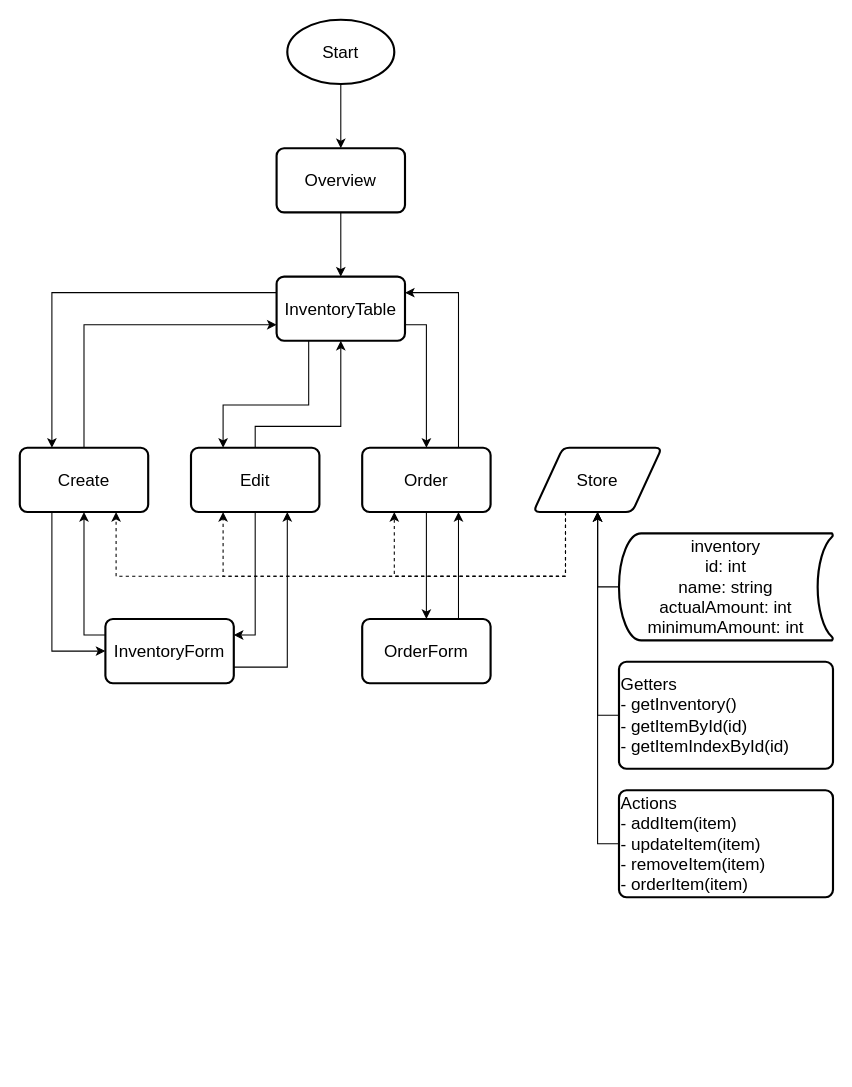
Earlier version of the draw.io diagram flowchart.drawio (LeggyBoiTim/inventarissysteem). Source tidied: cells renumbered, new cells numbered last; positions are measured from the earlier drawing's top-left corner, leaving out a move shared by most shapes. Both pictures are drawn from the tidied source at 107%, with x=0, y=0 at pixel (19, 19).
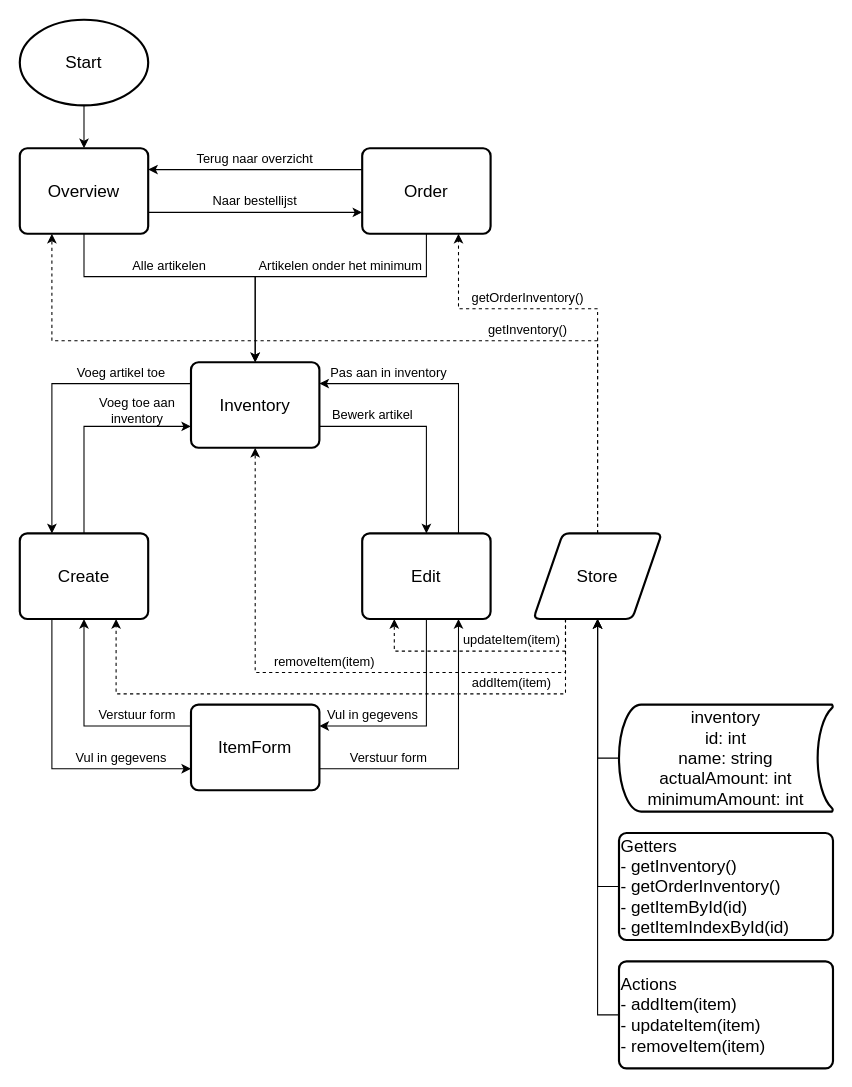
After the change.

The edit, as a diff of the source:
```diff
@@
     <mxCell id="2" style="edgeStyle=orthogonalEdgeStyle;rounded=0;jettySize=auto;html=1;entryX=0.5;entryY=0;entryDx=0;entryDy=0;exitX=0.5;exitY=1;exitDx=0;exitDy=0;" parent="1" edge="1" source="27" target="7">
-      <mxGeometry relative="1" as="geometry" />
+      <mxGeometry relative="1" as="geometry">
+        <Array as="points">
+          <mxPoint x="60" y="240" />
+          <mxPoint x="220" y="240" />
+        </Array>
+      </mxGeometry>
     </mxCell>
     <mxCell id="3" value="Start" style="strokeWidth=2;html=1;shape=mxgraph.flowchart.start_1;whiteSpace=wrap;fontSize=16;" parent="1" vertex="1">
-      <mxGeometry x="250" width="100" height="60" as="geometry" />
+      <mxGeometry width="120" height="80" as="geometry" />
     </mxCell>
@@
-    <mxCell id="5" style="edgeStyle=orthogonalEdgeStyle;rounded=0;jettySize=auto;html=1;exitX=0.25;exitY=1;exitDx=0;exitDy=0;entryX=0.25;entryY=0;entryDx=0;entryDy=0;" parent="1" edge="1" source="7" target="13">
-      <mxGeometry relative="1" as="geometry">
-        <Array as="points">
-          <mxPoint x="270" y="360" />
-          <mxPoint x="190" y="360" />
-        </Array>
-      </mxGeometry>
+    <mxCell id="5" style="edgeStyle=orthogonalEdgeStyle;rounded=0;jettySize=auto;html=1;exitX=1;exitY=0.75;exitDx=0;exitDy=0;entryX=0.5;entryY=0;entryDx=0;entryDy=0;" parent="1" edge="1" source="7" target="13">
+      <mxGeometry relative="1" as="geometry" />
     </mxCell>
-    <mxCell id="6" style="edgeStyle=orthogonalEdgeStyle;rounded=0;jettySize=auto;html=1;exitX=1;exitY=0.75;exitDx=0;exitDy=0;entryX=0.5;entryY=0;entryDx=0;entryDy=0;" parent="1" edge="1" source="7" target="16">
-      <mxGeometry relative="1" as="geometry" />
-    </mxCell>
-    <mxCell id="7" value="InventoryTable" style="shape=label;html=1;strokeWidth=2;whiteSpace=wrap;rounded=1;arcSize=14;size=0.23;fontSize=16;absoluteArcSize=1;" parent="1" vertex="1">
-      <mxGeometry x="240" y="240" width="120" height="60" as="geometry" />
+    <mxCell id="7" value="Inventory" style="shape=label;html=1;strokeWidth=2;whiteSpace=wrap;rounded=1;arcSize=14;size=0.23;fontSize=16;absoluteArcSize=1;" parent="1" vertex="1">
+      <mxGeometry x="160" y="320" width="120" height="80" as="geometry" />
     </mxCell>
+    <mxCell id="9" style="edgeStyle=orthogonalEdgeStyle;rounded=0;jettySize=auto;html=1;exitX=0.25;exitY=1;exitDx=0;exitDy=0;entryX=0;entryY=0.75;entryDx=0;entryDy=0;" parent="1" edge="1" source="10" target="25">
+      <mxGeometry relative="1" as="geometry" />
+    </mxCell>
     <mxCell id="8" style="edgeStyle=orthogonalEdgeStyle;rounded=0;jettySize=auto;html=1;exitX=0.5;exitY=0;exitDx=0;exitDy=0;entryX=0;entryY=0.75;entryDx=0;entryDy=0;" parent="1" edge="1" source="10" target="7">
-      <mxGeometry relative="1" as="geometry">
-        <Array as="points">
-          <mxPoint x="60" y="285" />
-        </Array>
-      </mxGeometry>
+      <mxGeometry relative="1" as="geometry" />
     </mxCell>
-    <mxCell id="9" style="edgeStyle=orthogonalEdgeStyle;rounded=0;jettySize=auto;html=1;exitX=0.25;exitY=1;exitDx=0;exitDy=0;entryX=0;entryY=0.5;entryDx=0;entryDy=0;" parent="1" edge="1" source="10" target="25">
-      <mxGeometry relative="1" as="geometry" />
-    </mxCell>
     <mxCell id="10" value="Create" style="shape=label;html=1;strokeWidth=2;whiteSpace=wrap;rounded=1;arcSize=14;size=0.23;fontSize=16;absoluteArcSize=1;" parent="1" vertex="1">
-      <mxGeometry y="400" width="120" height="60" as="geometry" />
+      <mxGeometry y="480" width="120" height="80" as="geometry" />
     </mxCell>
+    <mxCell id="12" style="edgeStyle=orthogonalEdgeStyle;rounded=0;jettySize=auto;html=1;exitX=0.5;exitY=1;exitDx=0;exitDy=0;entryX=1;entryY=0.25;entryDx=0;entryDy=0;" parent="1" edge="1" source="13" target="25">
+      <mxGeometry relative="1" as="geometry" />
+    </mxCell>
-    <mxCell id="11" style="edgeStyle=orthogonalEdgeStyle;rounded=0;jettySize=auto;html=1;exitX=0.5;exitY=0;exitDx=0;exitDy=0;entryX=0.5;entryY=1;entryDx=0;entryDy=0;" parent="1" edge="1" source="13" target="7">
-      <mxGeometry relative="1" as="geometry">
-        <Array as="points">
-          <mxPoint x="220" y="380" />
-          <mxPoint x="300" y="380" />
-        </Array>
-      </mxGeometry>
+    <mxCell id="11" style="edgeStyle=orthogonalEdgeStyle;rounded=0;jettySize=auto;html=1;exitX=0.75;exitY=0;exitDx=0;exitDy=0;entryX=1;entryY=0.25;entryDx=0;entryDy=0;" parent="1" edge="1" source="13" target="7">
+      <mxGeometry relative="1" as="geometry" />
     </mxCell>
-    <mxCell id="12" style="edgeStyle=orthogonalEdgeStyle;rounded=0;jettySize=auto;html=1;exitX=0.5;exitY=1;exitDx=0;exitDy=0;entryX=1;entryY=0.25;entryDx=0;entryDy=0;" parent="1" edge="1" source="13" target="25">
-      <mxGeometry relative="1" as="geometry" />
-    </mxCell>
     <mxCell id="13" value="Edit" style="shape=label;html=1;strokeWidth=2;whiteSpace=wrap;rounded=1;arcSize=14;size=0.23;fontSize=16;absoluteArcSize=1;" parent="1" vertex="1">
-      <mxGeometry x="160" y="400" width="120" height="60" as="geometry" />
+      <mxGeometry x="320" y="480" width="120" height="80" as="geometry" />
     </mxCell>
+    <mxCell id="34" style="edgeStyle=orthogonalEdgeStyle;rounded=0;jettySize=auto;html=1;exitX=0;exitY=0.25;exitDx=0;exitDy=0;entryX=1;entryY=0.25;entryDx=0;entryDy=0;" parent="1" edge="1" source="16" target="27">
+      <mxGeometry relative="1" as="geometry" />
+    </mxCell>
-    <mxCell id="14" style="edgeStyle=orthogonalEdgeStyle;rounded=0;jettySize=auto;html=1;exitX=0.75;exitY=0;exitDx=0;exitDy=0;entryX=1;entryY=0.25;entryDx=0;entryDy=0;" parent="1" edge="1" source="16" target="7">
-      <mxGeometry relative="1" as="geometry" />
+    <mxCell id="14" style="edgeStyle=orthogonalEdgeStyle;rounded=0;jettySize=auto;html=1;exitX=0.5;exitY=1;exitDx=0;exitDy=0;entryX=0.5;entryY=0;entryDx=0;entryDy=0;" parent="1" edge="1" source="16" target="7">
+      <mxGeometry relative="1" as="geometry">
+        <Array as="points">
+          <mxPoint x="380" y="240" />
+          <mxPoint x="220" y="240" />
+        </Array>
+      </mxGeometry>
     </mxCell>
-    <mxCell id="15" style="edgeStyle=orthogonalEdgeStyle;rounded=0;jettySize=auto;html=1;exitX=0.5;exitY=1;exitDx=0;exitDy=0;entryX=0.5;entryY=0;entryDx=0;entryDy=0;" parent="1" edge="1" source="16" target="29">
-      <mxGeometry relative="1" as="geometry" />
-    </mxCell>
     <mxCell id="16" value="Order" style="shape=label;html=1;strokeWidth=2;whiteSpace=wrap;rounded=1;arcSize=14;size=0.23;fontSize=16;absoluteArcSize=1;" parent="1" vertex="1">
-      <mxGeometry x="320" y="400" width="120" height="60" as="geometry" />
+      <mxGeometry x="320" y="120" width="120" height="80" as="geometry" />
     </mxCell>
-    <mxCell id="17" style="edgeStyle=orthogonalEdgeStyle;rounded=0;jettySize=auto;html=1;exitX=0;exitY=0.5;exitDx=0;exitDy=0;" parent="1" edge="1" source="18">
-      <mxGeometry relative="1" as="geometry">
-        <mxPoint x="540" y="460" as="targetPoint" />
-      </mxGeometry>
-    </mxCell>
+    <mxCell id="35" style="edgeStyle=orthogonalEdgeStyle;rounded=0;jettySize=auto;html=1;exitX=0;exitY=0.5;exitDx=0;exitDy=0;entryX=0.5;entryY=1;entryDx=0;entryDy=0;" parent="1" edge="1" source="18" target="33">
+      <mxGeometry relative="1" as="geometry" />
+    </mxCell>
-    <mxCell id="18" value="Getters&lt;div&gt;- getInventory()&lt;/div&gt;&lt;div&gt;- getItemById(id)&lt;span style=&quot;white-space: pre;&quot;&gt;&lt;span style=&quot;white-space: pre;&quot;&gt;&#9;&lt;/span&gt;&lt;/span&gt;&lt;/div&gt;&lt;div&gt;- getItemIndexById(id)&lt;br&gt;&lt;/div&gt;" style="shape=label;whiteSpace=wrap;html=1;dx=130;dy=20;rounded=1;arcSize=14;strokeWidth=2;align=left;fontSize=16;absoluteArcSize=1;" parent="1" vertex="1">
-      <mxGeometry x="560" y="600" width="200" height="100" as="geometry" />
+    <mxCell id="18" value="Getters&lt;div&gt;- getInventory()&lt;/div&gt;&lt;div&gt;- getOrderInventory()&lt;/div&gt;&lt;div&gt;- getItemById(id)&lt;span style=&quot;white-space: pre;&quot;&gt;&lt;span style=&quot;white-space: pre;&quot;&gt;&#9;&lt;/span&gt;&lt;/span&gt;&lt;/div&gt;&lt;div&gt;- getItemIndexById(id)&lt;br&gt;&lt;/div&gt;" style="shape=label;whiteSpace=wrap;html=1;dx=130;dy=20;rounded=1;arcSize=14;strokeWidth=2;align=left;fontSize=16;absoluteArcSize=1;" parent="1" vertex="1">
+      <mxGeometry x="560" y="760" width="200" height="100" as="geometry" />
     </mxCell>
@@
     <mxCell id="20" value="inventory&lt;div&gt;&lt;span style=&quot;background-color: transparent; color: light-dark(rgb(0, 0, 0), rgb(255, 255, 255));&quot;&gt;id: int&lt;/span&gt;&lt;div&gt;name: string&lt;/div&gt;&lt;div&gt;&lt;span style=&quot;background-color: transparent; color: light-dark(rgb(0, 0, 0), rgb(255, 255, 255));&quot;&gt;actualAmount: int&lt;/span&gt;&lt;/div&gt;&lt;div&gt;&lt;span style=&quot;background-color: transparent; color: light-dark(rgb(0, 0, 0), rgb(255, 255, 255));&quot;&gt;minimumAmount: int&lt;/span&gt;&lt;/div&gt;&lt;/div&gt;" style="shape=mxgraph.flowchart.stored_data;html=1;strokeWidth=2;whiteSpace=wrap;rounded=1;arcSize=12;size=0.23;fontSize=16;" parent="1" vertex="1">
-      <mxGeometry x="560" y="480" width="200" height="100" as="geometry" />
+      <mxGeometry x="560" y="640" width="200" height="100" as="geometry" />
     </mxCell>
-    <mxCell id="21" style="edgeStyle=orthogonalEdgeStyle;rounded=0;jettySize=auto;html=1;exitX=0;exitY=0.5;exitDx=0;exitDy=0;" parent="1" edge="1" source="22">
-      <mxGeometry relative="1" as="geometry">
-        <mxPoint x="540" y="460" as="targetPoint" />
-      </mxGeometry>
-    </mxCell>
+    <mxCell id="36" style="edgeStyle=orthogonalEdgeStyle;rounded=0;jettySize=auto;html=1;exitX=0;exitY=0.5;exitDx=0;exitDy=0;entryX=0.5;entryY=1;entryDx=0;entryDy=0;" parent="1" edge="1" source="22" target="33">
+      <mxGeometry relative="1" as="geometry" />
+    </mxCell>
-    <mxCell id="22" value="Actions&lt;div&gt;- addItem(item)&lt;/div&gt;&lt;div&gt;- updateItem(item)&lt;span style=&quot;white-space: pre;&quot;&gt;&lt;span style=&quot;white-space: pre;&quot;&gt;&#9;&lt;/span&gt;&lt;/span&gt;&lt;/div&gt;&lt;div&gt;- removeItem(item)&lt;br&gt;&lt;/div&gt;&lt;div&gt;- orderItem(item)&lt;/div&gt;" style="shape=label;whiteSpace=wrap;html=1;dx=130;dy=20;rounded=1;arcSize=14;strokeWidth=2;align=left;fontSize=16;absoluteArcSize=1;" parent="1" vertex="1">
-      <mxGeometry x="560" y="720" width="200" height="100" as="geometry" />
+    <mxCell id="22" value="Actions&lt;div&gt;- addItem(item)&lt;/div&gt;&lt;div&gt;- updateItem(item)&lt;span style=&quot;white-space: pre;&quot;&gt;&lt;span style=&quot;white-space: pre;&quot;&gt;&#9;&lt;/span&gt;&lt;/span&gt;&lt;/div&gt;&lt;div&gt;- removeItem(item)&lt;/div&gt;" style="shape=label;whiteSpace=wrap;html=1;dx=130;dy=20;rounded=1;arcSize=14;strokeWidth=2;align=left;fontSize=16;absoluteArcSize=1;" parent="1" vertex="1">
+      <mxGeometry x="560" y="880" width="200" height="100" as="geometry" />
     </mxCell>
@@
-    <mxCell id="25" value="InventoryForm" style="shape=label;html=1;strokeWidth=2;whiteSpace=wrap;rounded=1;arcSize=14;size=0.23;fontSize=16;absoluteArcSize=1;" parent="1" vertex="1">
-      <mxGeometry x="80" y="560" width="120" height="60" as="geometry" />
+    <mxCell id="25" value="ItemForm" style="shape=label;html=1;strokeWidth=2;whiteSpace=wrap;rounded=1;arcSize=14;size=0.23;fontSize=16;absoluteArcSize=1;" parent="1" vertex="1">
+      <mxGeometry x="160" y="640" width="120" height="80" as="geometry" />
     </mxCell>
@@
+    <mxCell id="37" style="edgeStyle=orthogonalEdgeStyle;rounded=0;jettySize=auto;html=1;exitX=1;exitY=0.75;exitDx=0;exitDy=0;entryX=0;entryY=0.75;entryDx=0;entryDy=0;" parent="1" edge="1" source="27" target="16">
+      <mxGeometry relative="1" as="geometry" />
+    </mxCell>
     <mxCell id="27" value="Overview" style="shape=label;html=1;strokeWidth=2;whiteSpace=wrap;rounded=1;arcSize=14;size=0.23;fontSize=16;absoluteArcSize=1;" parent="1" vertex="1">
-      <mxGeometry x="240" y="120" width="120" height="60" as="geometry" />
+      <mxGeometry y="120" width="120" height="80" as="geometry" />
     </mxCell>
-    <mxCell id="28" style="edgeStyle=orthogonalEdgeStyle;rounded=0;jettySize=auto;html=1;exitX=0.75;exitY=0;exitDx=0;exitDy=0;entryX=0.75;entryY=1;entryDx=0;entryDy=0;" parent="1" edge="1" source="29" target="16">
-      <mxGeometry relative="1" as="geometry" />
-    </mxCell>
-    <mxCell id="29" value="OrderForm" style="shape=label;html=1;strokeWidth=2;whiteSpace=wrap;rounded=1;arcSize=14;size=0.23;fontSize=16;absoluteArcSize=1;" parent="1" vertex="1">
-      <mxGeometry x="320" y="560" width="120" height="60" as="geometry" />
-    </mxCell>
-    <mxCell id="30" style="edgeStyle=orthogonalEdgeStyle;rounded=0;jettySize=auto;html=1;exitX=0.25;exitY=1;exitDx=0;exitDy=0;entryX=0.25;entryY=1;entryDx=0;entryDy=0;dashed=1;" parent="1" edge="1" source="33" target="16">
-      <mxGeometry relative="1" as="geometry">
-        <Array as="points">
-          <mxPoint x="510" y="520" />
-          <mxPoint x="350" y="520" />
-        </Array>
-      </mxGeometry>
-    </mxCell>
     <mxCell id="31" style="edgeStyle=orthogonalEdgeStyle;rounded=0;jettySize=auto;html=1;exitX=0.25;exitY=1;exitDx=0;exitDy=0;entryX=0.25;entryY=1;entryDx=0;entryDy=0;dashed=1;" parent="1" edge="1" source="33" target="13">
       <mxGeometry relative="1" as="geometry">
         <Array as="points">
-          <mxPoint x="510" y="520" />
-          <mxPoint x="190" y="520" />
+          <mxPoint x="510" y="590" />
+          <mxPoint x="350" y="590" />
         </Array>
       </mxGeometry>
     </mxCell>
     <mxCell id="32" style="edgeStyle=orthogonalEdgeStyle;rounded=0;jettySize=auto;html=1;exitX=0.25;exitY=1;exitDx=0;exitDy=0;entryX=0.75;entryY=1;entryDx=0;entryDy=0;dashed=1;" parent="1" edge="1" source="33" target="10">
       <mxGeometry relative="1" as="geometry">
         <Array as="points">
-          <mxPoint x="510" y="520" />
-          <mxPoint x="90" y="520" />
+          <mxPoint x="510" y="630" />
+          <mxPoint x="90" y="630" />
         </Array>
       </mxGeometry>
     </mxCell>
+    <mxCell id="30" style="edgeStyle=orthogonalEdgeStyle;rounded=0;jettySize=auto;html=1;exitX=0.5;exitY=0;exitDx=0;exitDy=0;entryX=0.75;entryY=1;entryDx=0;entryDy=0;dashed=1;" parent="1" edge="1" source="33" target="16">
+      <mxGeometry relative="1" as="geometry">
+        <Array as="points">
+          <mxPoint x="540" y="270" />
+          <mxPoint x="410" y="270" />
+        </Array>
+      </mxGeometry>
+    </mxCell>
+    <mxCell id="38" style="edgeStyle=orthogonalEdgeStyle;rounded=0;jettySize=auto;html=1;exitX=0.5;exitY=0;exitDx=0;exitDy=0;entryX=0.25;entryY=1;entryDx=0;entryDy=0;dashed=1;" parent="1" edge="1" source="33" target="27">
+      <mxGeometry relative="1" as="geometry">
+        <Array as="points">
+          <mxPoint x="540" y="300" />
+          <mxPoint x="30" y="300" />
+        </Array>
+      </mxGeometry>
+    </mxCell>
+    <mxCell id="39" style="edgeStyle=orthogonalEdgeStyle;rounded=0;jettySize=auto;html=1;exitX=0.25;exitY=1;exitDx=0;exitDy=0;entryX=0.5;entryY=1;entryDx=0;entryDy=0;dashed=1;" parent="1" edge="1" source="33" target="7">
+      <mxGeometry relative="1" as="geometry">
+        <Array as="points">
+          <mxPoint x="510" y="610" />
+          <mxPoint x="220" y="610" />
+        </Array>
+      </mxGeometry>
+    </mxCell>
     <mxCell id="33" value="Store" style="shape=parallelogram;html=1;strokeWidth=2;perimeter=parallelogramPerimeter;whiteSpace=wrap;rounded=1;arcSize=12;size=0.23;fontSize=16;" parent="1" vertex="1">
-      <mxGeometry x="480" y="400" width="120" height="60" as="geometry" />
+      <mxGeometry x="480" y="480" width="120" height="80" as="geometry" />
     </mxCell>
+    <mxCell id="40" value="Artikelen onder het minimum" style="text;html=1;whiteSpace=wrap;strokeColor=none;fillColor=none;align=center;verticalAlign=middle;rounded=0;" parent="1" vertex="1">
+      <mxGeometry x="220" y="220" width="160" height="20" as="geometry" />
+    </mxCell>
+    <mxCell id="41" value="Alle artikelen" style="text;html=1;whiteSpace=wrap;strokeColor=none;fillColor=none;align=center;verticalAlign=middle;rounded=0;" parent="1" vertex="1">
+      <mxGeometry x="60" y="220" width="160" height="20" as="geometry" />
+    </mxCell>
+    <mxCell id="42" value="Bewerk artikel" style="text;html=1;whiteSpace=wrap;strokeColor=none;fillColor=none;align=center;verticalAlign=middle;rounded=0;" parent="1" vertex="1">
+      <mxGeometry x="280" y="360" width="100" height="20" as="geometry" />
+    </mxCell>
+    <mxCell id="43" value="Voeg artikel toe" style="text;html=1;whiteSpace=wrap;strokeColor=none;fillColor=none;align=center;verticalAlign=middle;rounded=0;" parent="1" vertex="1">
+      <mxGeometry x="30" y="320" width="130" height="20" as="geometry" />
+    </mxCell>
+    <mxCell id="44" value="Pas aan in inventory" style="text;html=1;whiteSpace=wrap;strokeColor=none;fillColor=none;align=center;verticalAlign=middle;rounded=0;" parent="1" vertex="1">
+      <mxGeometry x="280" y="320" width="130" height="20" as="geometry" />
+    </mxCell>
+    <mxCell id="45" value="Voeg toe aan inventory" style="text;html=1;whiteSpace=wrap;strokeColor=none;fillColor=none;align=center;verticalAlign=middle;rounded=0;" parent="1" vertex="1">
+      <mxGeometry x="60" y="350" width="100" height="30" as="geometry" />
+    </mxCell>
+    <mxCell id="46" value="updateItem(item)" style="text;html=1;whiteSpace=wrap;strokeColor=none;fillColor=none;align=center;verticalAlign=middle;rounded=0;" parent="1" vertex="1">
+      <mxGeometry x="410" y="570" width="100" height="20" as="geometry" />
+    </mxCell>
+    <mxCell id="47" value="addItem(item)" style="text;html=1;whiteSpace=wrap;strokeColor=none;fillColor=none;align=center;verticalAlign=middle;rounded=0;" parent="1" vertex="1">
+      <mxGeometry x="410" y="610" width="100" height="20" as="geometry" />
+    </mxCell>
+    <mxCell id="48" value="removeItem(item)" style="text;html=1;whiteSpace=wrap;strokeColor=none;fillColor=none;align=center;verticalAlign=middle;rounded=0;" parent="1" vertex="1">
+      <mxGeometry x="220" y="590" width="130" height="20" as="geometry" />
+    </mxCell>
+    <mxCell id="49" value="getInventory()" style="text;html=1;whiteSpace=wrap;strokeColor=none;fillColor=none;align=center;verticalAlign=middle;rounded=0;" parent="1" vertex="1">
+      <mxGeometry x="410" y="280" width="130" height="20" as="geometry" />
+    </mxCell>
+    <mxCell id="50" value="getOrderInventory()" style="text;html=1;whiteSpace=wrap;strokeColor=none;fillColor=none;align=center;verticalAlign=middle;rounded=0;" parent="1" vertex="1">
+      <mxGeometry x="410" y="250" width="130" height="20" as="geometry" />
+    </mxCell>
+    <mxCell id="51" value="Vul in gegevens" style="text;html=1;whiteSpace=wrap;strokeColor=none;fillColor=none;align=center;verticalAlign=middle;rounded=0;" parent="1" vertex="1">
+      <mxGeometry x="280" y="640" width="100" height="20" as="geometry" />
+    </mxCell>
+    <mxCell id="52" value="Verstuur form" style="text;html=1;whiteSpace=wrap;strokeColor=none;fillColor=none;align=center;verticalAlign=middle;rounded=0;" parent="1" vertex="1">
+      <mxGeometry x="60" y="640" width="100" height="20" as="geometry" />
+    </mxCell>
+    <mxCell id="53" value="Vul in gegevens" style="text;html=1;whiteSpace=wrap;strokeColor=none;fillColor=none;align=center;verticalAlign=middle;rounded=0;" parent="1" vertex="1">
+      <mxGeometry x="30" y="680" width="130" height="20" as="geometry" />
+    </mxCell>
+    <mxCell id="54" value="Verstuur form" style="text;html=1;whiteSpace=wrap;strokeColor=none;fillColor=none;align=center;verticalAlign=middle;rounded=0;" parent="1" vertex="1">
+      <mxGeometry x="280" y="680" width="130" height="20" as="geometry" />
+    </mxCell>
+    <mxCell id="55" value="Terug naar overzicht" style="text;html=1;whiteSpace=wrap;strokeColor=none;fillColor=none;align=center;verticalAlign=middle;rounded=0;" parent="1" vertex="1">
+      <mxGeometry x="120" y="120" width="200" height="20" as="geometry" />
+    </mxCell>
+    <mxCell id="56" value="Naar bestellijst" style="text;html=1;whiteSpace=wrap;strokeColor=none;fillColor=none;align=center;verticalAlign=middle;rounded=0;" parent="1" vertex="1">
+      <mxGeometry x="120" y="160" width="200" height="20" as="geometry" />
+    </mxCell>
```
